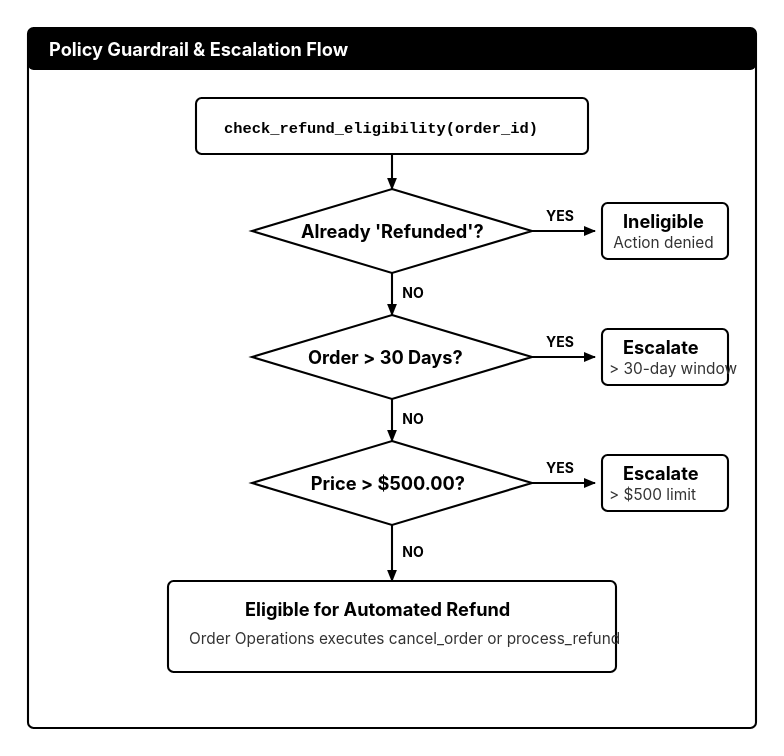
Above: static/tools_and_guardrails.drawio.svg in MdSamiulHaque/Multi-Agent-AI-Helpdesk (draw.io), before the change. Source tidied: cells renumbered, new cells last; positions are measured from the earlier drawing's top-left corner, leaving out a move shared by most shapes.
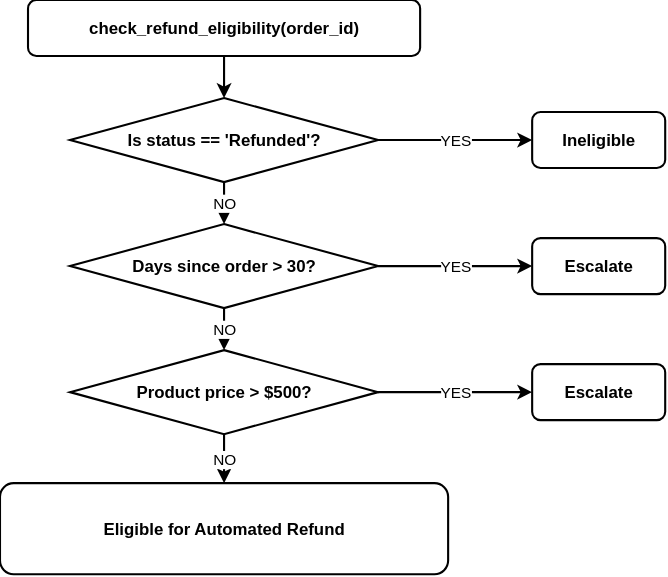
After the commit.

Diff of the diagram source:
```diff
@@ -2,53 +2,50 @@
   <root>
     <mxCell id="0" />
     <mxCell id="1" parent="0" />
-    <mxCell id="2" value="Policy Guardrail &amp;amp; Escalation Flow" style="swimlane;whiteSpace=wrap;html=1;fillColor=#ffffff;strokeColor=#000000;strokeWidth=1.5;fontStyle=1;fontSize=13;startSize=28;" parent="1" vertex="1">
-      <mxGeometry width="520" height="500" as="geometry" />
-    </mxCell>
-    <mxCell id="3" value="&lt;b&gt;check_refund_eligibility(order_id)&lt;/b&gt;" style="rounded=1;whiteSpace=wrap;html=1;fillColor=#ffffff;strokeColor=#000000;strokeWidth=1.5;" parent="2" vertex="1">
-      <mxGeometry x="120" y="50" width="280" height="40" as="geometry" />
-    </mxCell>
-    <mxCell id="4" value="Is status == 'Refunded'?" style="rhombus;whiteSpace=wrap;html=1;fillColor=#ffffff;strokeColor=#000000;strokeWidth=1.5;fontStyle=1;" parent="2" vertex="1">
-      <mxGeometry x="150" y="120" width="220" height="60" as="geometry" />
+    <mxCell id="4" value="Is status == 'Refunded'?" style="rhombus;whiteSpace=wrap;html=1;fillColor=#ffffff;strokeColor=#000000;strokeWidth=1.5;fontStyle=1;" parent="1" vertex="1">
+      <mxGeometry x="-53" y="298" width="220" height="60" as="geometry" />
     </mxCell>
-    <mxCell id="5" style="edgeStyle=orthogonalEdgeStyle;rounded=0;html=1;strokeColor=#000000;strokeWidth=1.5;endArrow=classic;" parent="2" edge="1" source="3" target="4">
+    <mxCell id="5" style="edgeStyle=orthogonalEdgeStyle;rounded=0;html=1;strokeColor=#000000;strokeWidth=1.5;endArrow=classic;" parent="1" edge="1" source="3" target="4">
       <mxGeometry relative="1" as="geometry" />
     </mxCell>
-    <mxCell id="6" value="YES" style="edgeStyle=orthogonalEdgeStyle;rounded=0;html=1;strokeColor=#000000;strokeWidth=1.5;endArrow=classic;" parent="2" edge="1" source="4" target="7">
+    <mxCell id="6" value="YES" style="edgeStyle=orthogonalEdgeStyle;rounded=0;html=1;strokeColor=#000000;strokeWidth=1.5;endArrow=classic;" parent="1" edge="1" source="4" target="7">
       <mxGeometry relative="1" as="geometry" />
     </mxCell>
-    <mxCell id="7" value="&lt;b&gt;Ineligible&lt;/b&gt;&lt;br&gt;&lt;font style=&quot;font-size: 10px;&quot;&gt;Action denied&lt;/font&gt;" style="rounded=1;whiteSpace=wrap;html=1;fillColor=#ffffff;strokeColor=#000000;strokeWidth=1.5;" parent="2" vertex="1">
-      <mxGeometry x="410" y="130" width="95" height="40" as="geometry" />
-    </mxCell>
-    <mxCell id="8" value="Days since order &amp;gt; 30?" style="rhombus;whiteSpace=wrap;html=1;fillColor=#ffffff;strokeColor=#000000;strokeWidth=1.5;fontStyle=1;" parent="2" vertex="1">
-      <mxGeometry x="150" y="210" width="220" height="60" as="geometry" />
+    <mxCell id="8" value="Days since order &amp;gt; 30?" style="rhombus;whiteSpace=wrap;html=1;fillColor=#ffffff;strokeColor=#000000;strokeWidth=1.5;fontStyle=1;" parent="1" vertex="1">
+      <mxGeometry x="-53" y="388" width="220" height="60" as="geometry" />
     </mxCell>
-    <mxCell id="9" value="NO" style="edgeStyle=orthogonalEdgeStyle;rounded=0;html=1;strokeColor=#000000;strokeWidth=1.5;endArrow=classic;" parent="2" edge="1" source="4" target="8">
+    <mxCell id="9" value="NO" style="edgeStyle=orthogonalEdgeStyle;rounded=0;html=1;strokeColor=#000000;strokeWidth=1.5;endArrow=classic;" parent="1" edge="1" source="4" target="8">
       <mxGeometry relative="1" as="geometry" />
     </mxCell>
-    <mxCell id="10" value="YES" style="edgeStyle=orthogonalEdgeStyle;rounded=0;html=1;strokeColor=#000000;strokeWidth=1.5;endArrow=classic;" parent="2" edge="1" source="8" target="11">
+    <mxCell id="10" value="YES" style="edgeStyle=orthogonalEdgeStyle;rounded=0;html=1;strokeColor=#000000;strokeWidth=1.5;endArrow=classic;" parent="1" edge="1" source="8" target="11">
       <mxGeometry relative="1" as="geometry" />
     </mxCell>
-    <mxCell id="11" value="&lt;b&gt;Escalate&lt;/b&gt;&lt;br&gt;&lt;font style=&quot;font-size: 10px;&quot;&gt;&amp;gt; 30-day window&lt;/font&gt;" style="rounded=1;whiteSpace=wrap;html=1;fillColor=#ffffff;strokeColor=#000000;strokeWidth=1.5;" parent="2" vertex="1">
-      <mxGeometry x="410" y="220" width="95" height="40" as="geometry" />
-    </mxCell>
-    <mxCell id="12" value="Product price &amp;gt; $500?" style="rhombus;whiteSpace=wrap;html=1;fillColor=#ffffff;strokeColor=#000000;strokeWidth=1.5;fontStyle=1;" parent="2" vertex="1">
-      <mxGeometry x="150" y="300" width="220" height="60" as="geometry" />
+    <mxCell id="12" value="Product price &amp;gt; $500?" style="rhombus;whiteSpace=wrap;html=1;fillColor=#ffffff;strokeColor=#000000;strokeWidth=1.5;fontStyle=1;" parent="1" vertex="1">
+      <mxGeometry x="-53" y="478" width="220" height="60" as="geometry" />
     </mxCell>
-    <mxCell id="13" value="NO" style="edgeStyle=orthogonalEdgeStyle;rounded=0;html=1;strokeColor=#000000;strokeWidth=1.5;endArrow=classic;" parent="2" edge="1" source="8" target="12">
+    <mxCell id="13" value="NO" style="edgeStyle=orthogonalEdgeStyle;rounded=0;html=1;strokeColor=#000000;strokeWidth=1.5;endArrow=classic;" parent="1" edge="1" source="8" target="12">
       <mxGeometry relative="1" as="geometry" />
     </mxCell>
-    <mxCell id="14" value="YES" style="edgeStyle=orthogonalEdgeStyle;rounded=0;html=1;strokeColor=#000000;strokeWidth=1.5;endArrow=classic;" parent="2" edge="1" source="12" target="15">
+    <mxCell id="14" value="YES" style="edgeStyle=orthogonalEdgeStyle;rounded=0;html=1;strokeColor=#000000;strokeWidth=1.5;endArrow=classic;" parent="1" edge="1" source="12" target="15">
       <mxGeometry relative="1" as="geometry" />
     </mxCell>
+    <mxCell id="17" value="NO" style="edgeStyle=orthogonalEdgeStyle;rounded=0;html=1;strokeColor=#000000;strokeWidth=1.5;endArrow=classic;" parent="1" edge="1" source="12" target="16">
+      <mxGeometry relative="1" as="geometry" />
+    </mxCell>
-    <mxCell id="15" value="&lt;b&gt;Escalate&lt;/b&gt;&lt;br&gt;&lt;font style=&quot;font-size: 10px;&quot;&gt;&amp;gt; $500 limit&lt;/font&gt;" style="rounded=1;whiteSpace=wrap;html=1;fillColor=#ffffff;strokeColor=#000000;strokeWidth=1.5;" parent="2" vertex="1">
-      <mxGeometry x="410" y="310" width="95" height="40" as="geometry" />
+    <mxCell id="15" value="&lt;b&gt;Escalate&lt;/b&gt;" style="rounded=1;whiteSpace=wrap;html=1;fillColor=#ffffff;strokeColor=#000000;strokeWidth=1.5;" parent="1" vertex="1">
+      <mxGeometry x="277" y="488" width="95" height="40" as="geometry" />
     </mxCell>
+    <mxCell id="11" value="&lt;b&gt;Escalate&lt;/b&gt;" style="rounded=1;whiteSpace=wrap;html=1;fillColor=#ffffff;strokeColor=#000000;strokeWidth=1.5;" parent="1" vertex="1">
+      <mxGeometry x="277" y="398" width="95" height="40" as="geometry" />
+    </mxCell>
+    <mxCell id="7" value="&lt;b&gt;Ineligible&lt;/b&gt;" style="rounded=1;whiteSpace=wrap;html=1;fillColor=#ffffff;strokeColor=#000000;strokeWidth=1.5;" parent="1" vertex="1">
+      <mxGeometry x="277" y="308" width="95" height="40" as="geometry" />
+    </mxCell>
+    <mxCell id="3" value="&lt;b&gt;check_refund_eligibility(order_id)&lt;/b&gt;" style="rounded=1;whiteSpace=wrap;html=1;fillColor=#ffffff;strokeColor=#000000;strokeWidth=1.5;" parent="1" vertex="1">
+      <mxGeometry x="-83" y="228" width="280" height="40" as="geometry" />
+    </mxCell>
-    <mxCell id="16" value="&lt;b&gt;Eligible for Automated Refund&lt;/b&gt;&lt;br&gt;&lt;font style=&quot;font-size: 11px;&quot;&gt;Order Operations executes cancel_order or process_refund&lt;/font&gt;" style="rounded=1;whiteSpace=wrap;html=1;fillColor=#ffffff;strokeColor=#000000;strokeWidth=1.5;" parent="2" vertex="1">
-      <mxGeometry x="100" y="395" width="320" height="65" as="geometry" />
+    <mxCell id="16" value="&lt;b&gt;Eligible for Automated Refund&lt;/b&gt;" style="rounded=1;whiteSpace=wrap;html=1;fillColor=#ffffff;strokeColor=#000000;strokeWidth=1.5;" parent="1" vertex="1">
+      <mxGeometry x="-103" y="573" width="320" height="65" as="geometry" />
     </mxCell>
-    <mxCell id="17" value="NO" style="edgeStyle=orthogonalEdgeStyle;rounded=0;html=1;strokeColor=#000000;strokeWidth=1.5;endArrow=classic;" parent="2" edge="1" source="12" target="16">
-      <mxGeometry relative="1" as="geometry" />
-    </mxCell>
   </root>
 </mxGraphModel>
```
